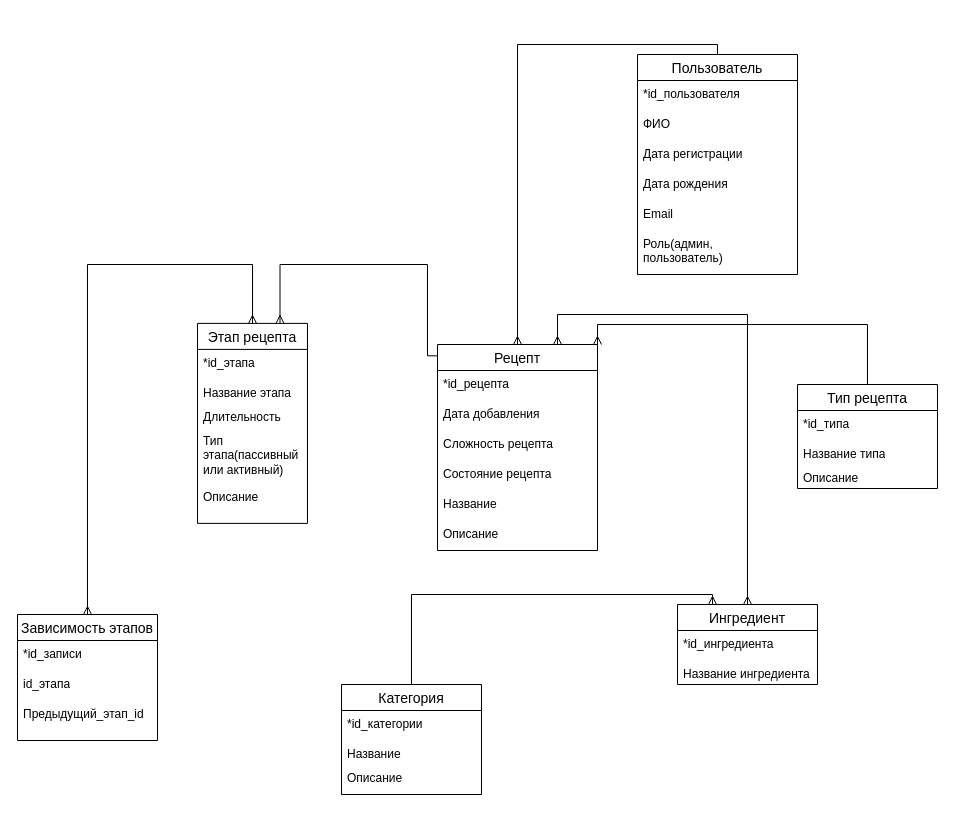
Above: doc/erd.drawio in pestlain34/A_Graph-Based_System_for_Intelligent_Culinary_Process_Sequencing (draw.io), before the change. Source tidied: cells renumbered, new cells numbered last; positions are measured from the earlier drawing's top-left corner, leaving out a move shared by most shapes. Both pictures are drawn from the tidied source at 100%, with x=0, y=0 at pixel (17, 54).
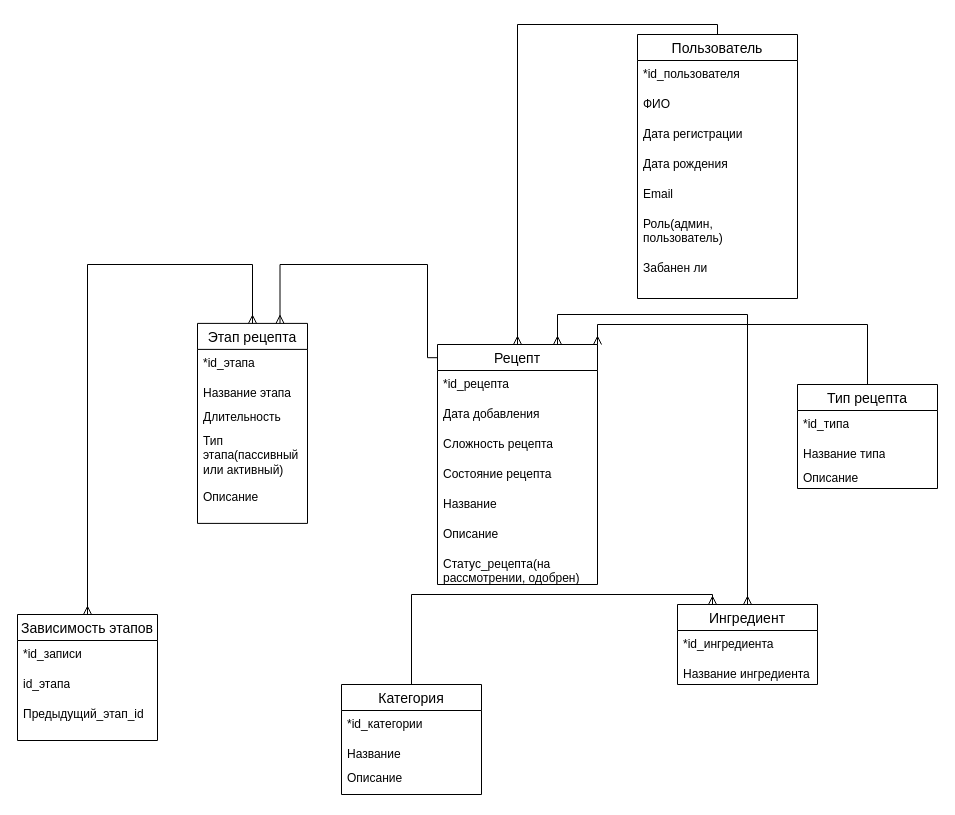
After the change.

The edit, as a diff of the source:
```diff
@@
     <mxCell id="2" value="Пользователь" style="swimlane;fontStyle=0;horizontal=1;startSize=26;align=center;fontSize=14;" parent="1" vertex="1">
-      <mxGeometry x="620" width="160" height="220" as="geometry" />
+      <mxGeometry x="620" y="-20" width="160" height="264" as="geometry" />
     </mxCell>
@@
+    <mxCell id="43" value="Забанен ли" style="text;strokeColor=none;fillColor=none;spacingLeft=4;spacingRight=4;overflow=hidden;fontSize=12;whiteSpace=wrap;html=1;" parent="2" vertex="1">
+      <mxGeometry y="220" width="160" height="44" as="geometry" />
+    </mxCell>
     <mxCell id="9" value="Рецепт" style="swimlane;fontStyle=0;horizontal=1;startSize=26;align=center;fontSize=14;" parent="1" vertex="1">
-      <mxGeometry x="420" y="290" width="160" height="206" as="geometry" />
+      <mxGeometry x="420" y="290" width="160" height="240" as="geometry" />
     </mxCell>
@@
+    <mxCell id="44" value="Статус_рецепта(на рассмотрении, одобрен)" style="text;strokeColor=none;fillColor=none;spacingLeft=4;spacingRight=4;overflow=hidden;fontSize=12;whiteSpace=wrap;html=1;" parent="9" vertex="1">
+      <mxGeometry y="206" width="160" height="34" as="geometry" />
+    </mxCell>
```
